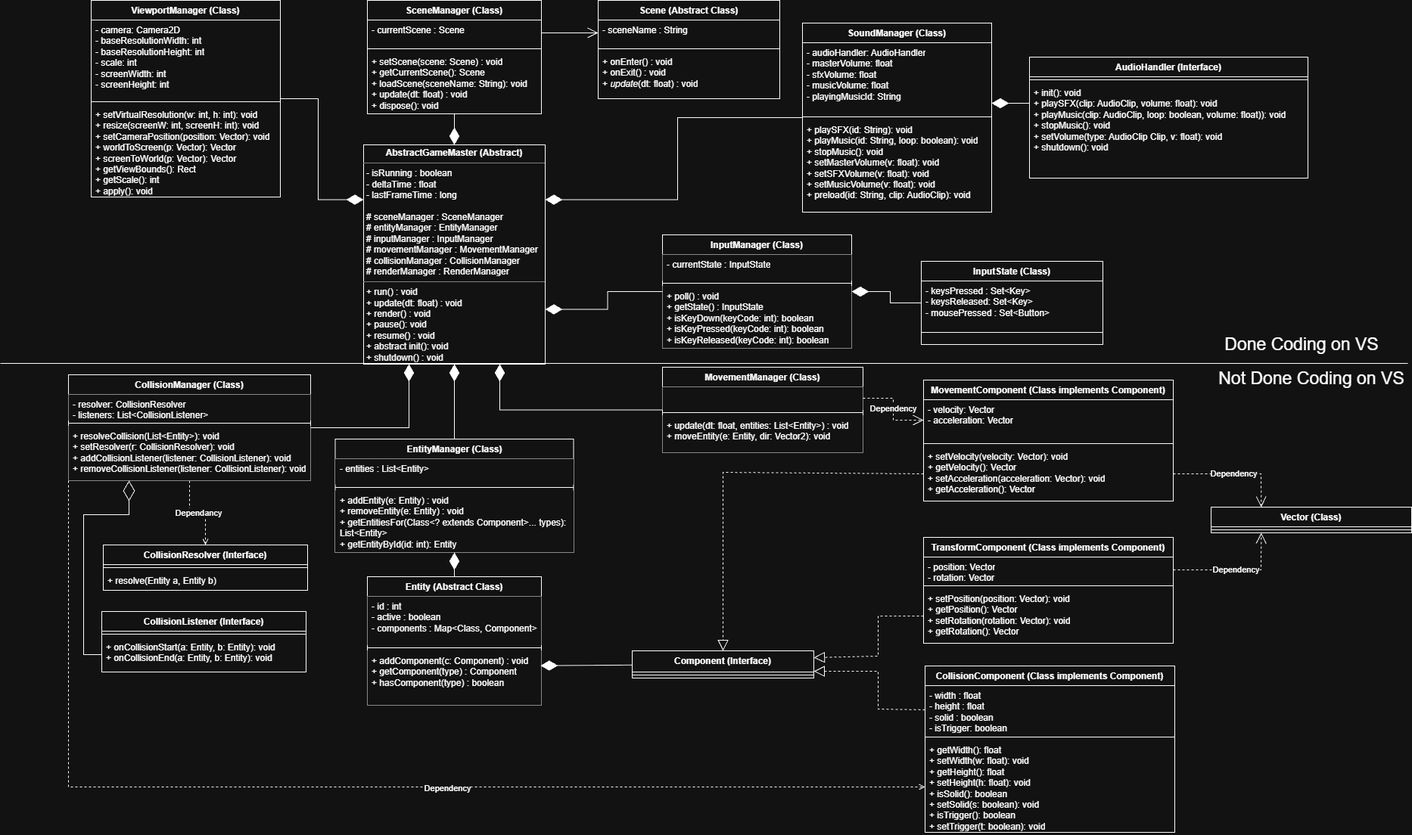
Candy-Sama/INF1009PrjectTeam6 keeps this draw.io diagram as ArcadeSim-UML Diagram (Revised).drawio.png. Above is the earlier version. Source tidied: cells renumbered, new cells last; positions are measured from the earlier drawing's top-left corner, leaving out a move shared by most shapes.
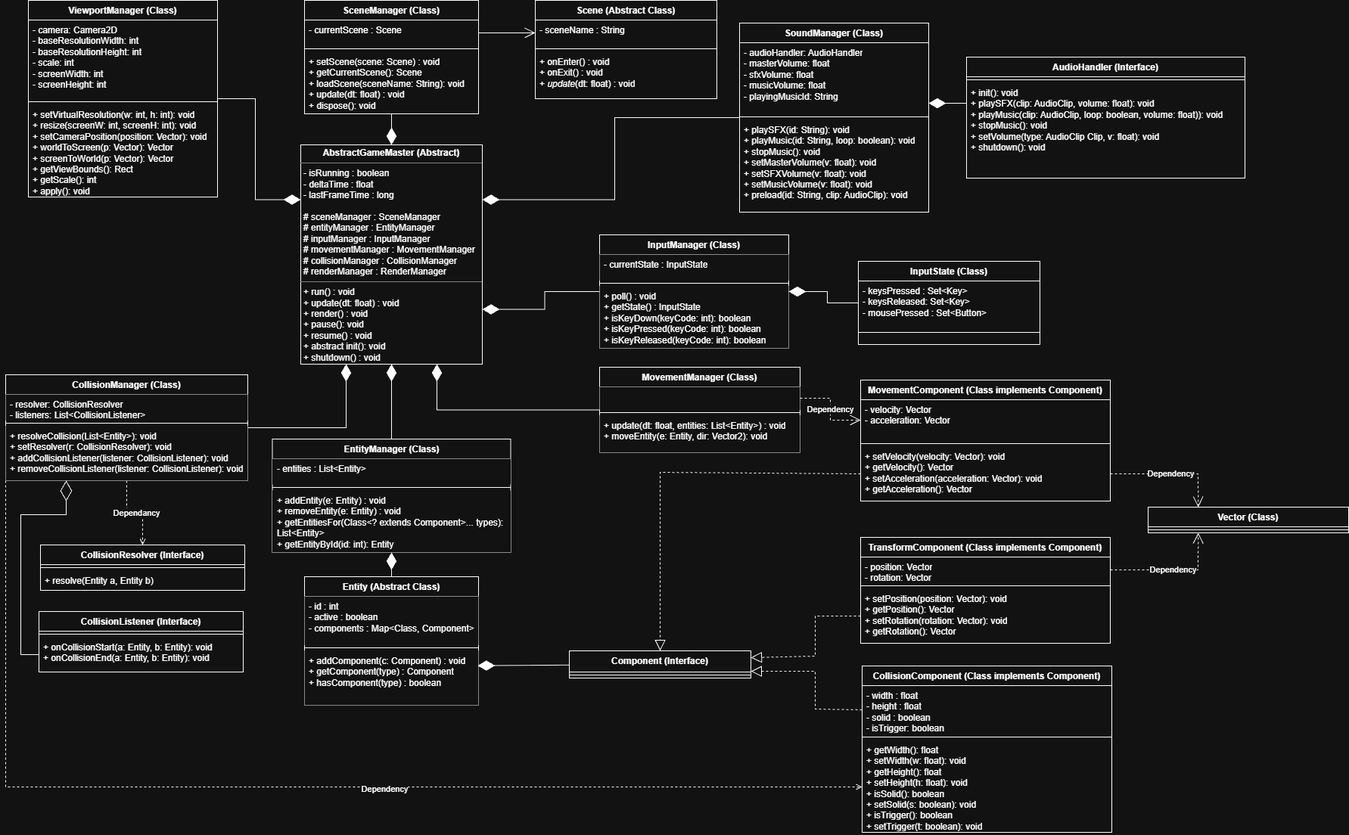
Later version of the same file.

What changed in the source:
```diff
@@ -297,18 +297,6 @@
         </Array>
       </mxGeometry>
     </mxCell>
-    <mxCell id="87" style="endArrow=none;html=1;rounded=0;strokeWidth=1;" parent="1" edge="1">
-      <mxGeometry relative="1" as="geometry">
-        <mxPoint y="480" as="sourcePoint" />
-        <mxPoint x="1860" y="480" as="targetPoint" />
-      </mxGeometry>
-    </mxCell>
-    <mxCell id="88" value="&lt;font style=&quot;font-size: 23px;&quot;&gt;Done Coding on VS&lt;/font&gt;" style="text;html=1;whiteSpace=wrap;strokeColor=none;fillColor=none;align=center;verticalAlign=middle;rounded=0;strokeWidth=6;" parent="1" vertex="1">
-      <mxGeometry x="1610" y="440" width="220" height="30" as="geometry" />
-    </mxCell>
-    <mxCell id="89" value="&lt;font style=&quot;font-size: 23px;&quot;&gt;Not Done Coding on VS&lt;/font&gt;" style="text;html=1;whiteSpace=wrap;strokeColor=none;fillColor=none;align=center;verticalAlign=middle;rounded=0;strokeWidth=6;" parent="1" vertex="1">
-      <mxGeometry x="1607.5" y="485" width="250" height="30" as="geometry" />
-    </mxCell>
     <mxCell id="90" value="CollisionListener (Interface)" style="swimlane;fontStyle=1;align=center;verticalAlign=top;horizontal=1;startSize=26;whiteSpace=wrap;html=1;" parent="1" vertex="1">
       <mxGeometry x="134" y="808" width="270" height="80" as="geometry" />
     </mxCell>
```
